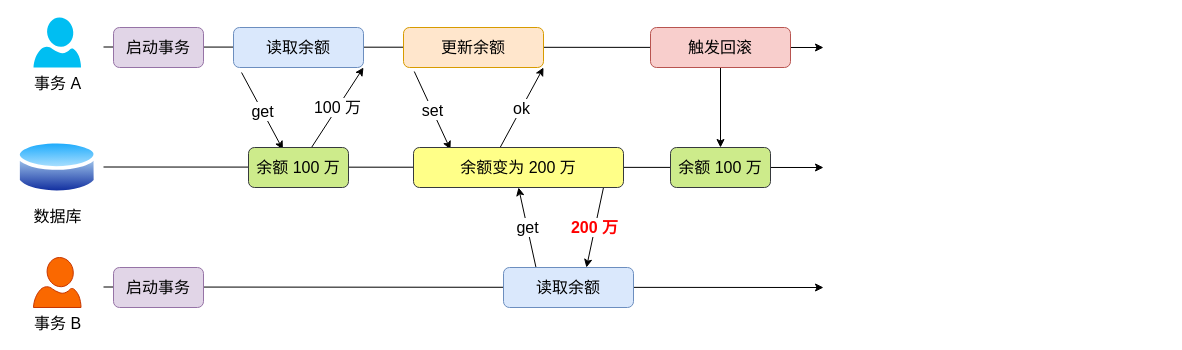
Above: mysql/事务隔离/幻读.drawio in xiaolincoder/ImageHost4 (draw.io), before the change. Source tidied: cells renumbered, new cells numbered last; positions are measured from the earlier drawing's top-left corner, leaving out a move shared by most shapes. Both pictures are drawn from the tidied source at 100%, with x=0, y=0 at pixel (16, 17).
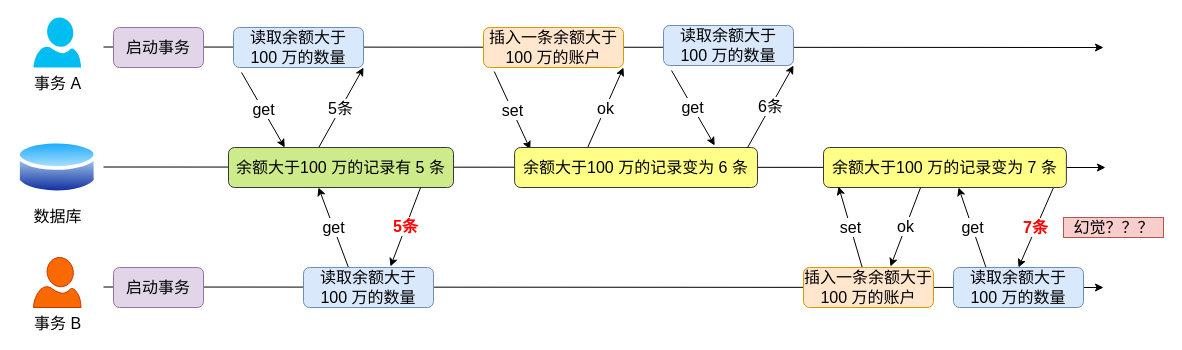
After the change.

What changed in the source:
```diff
@@
     <mxCell id="2" style="endArrow=classic;html=1;fontSize=16;" parent="1" edge="1">
       <mxGeometry relative="1" as="geometry">
         <mxPoint x="87" y="29.5" as="sourcePoint" />
-        <mxPoint x="807" y="30" as="targetPoint" />
+        <mxPoint x="1087" y="30" as="targetPoint" />
       </mxGeometry>
     </mxCell>
     <mxCell id="3" style="endArrow=classic;html=1;fontSize=16;" parent="1" edge="1">
       <mxGeometry relative="1" as="geometry">
         <mxPoint x="87" y="149.5" as="sourcePoint" />
-        <mxPoint x="807" y="150" as="targetPoint" />
+        <mxPoint x="1089" y="150" as="targetPoint" />
       </mxGeometry>
     </mxCell>
     <mxCell id="4" style="endArrow=classic;html=1;fontSize=16;" parent="1" edge="1">
       <mxGeometry relative="1" as="geometry">
         <mxPoint x="87" y="269.5" as="sourcePoint" />
-        <mxPoint x="807" y="270" as="targetPoint" />
+        <mxPoint x="1087" y="270" as="targetPoint" />
       </mxGeometry>
     </mxCell>
@@
-    <mxCell id="9" value="get" style="rounded=0;jettySize=auto;html=1;entryX=0.344;entryY=0.05;entryDx=0;entryDy=0;fontSize=16;exitX=0.062;exitY=1.125;exitDx=0;exitDy=0;exitPerimeter=0;entryPerimeter=0;" parent="1" edge="1" source="10" target="12">
+    <mxCell id="9" value="get" style="rounded=0;jettySize=auto;html=1;entryX=0.25;entryY=0;entryDx=0;entryDy=0;fontSize=16;exitX=0.062;exitY=1.125;exitDx=0;exitDy=0;exitPerimeter=0;" parent="1" edge="1" source="10" target="12">
       <mxGeometry relative="1" as="geometry" />
     </mxCell>
-    <mxCell id="10" value="读取余额" style="rounded=1;whiteSpace=wrap;html=1;fontSize=16;fillColor=#dae8fc;strokeColor=#6c8ebf;" parent="1" vertex="1">
+    <mxCell id="10" value="读取余额大于 &lt;br&gt;100 万的数量" style="rounded=1;whiteSpace=wrap;html=1;fontSize=16;fillColor=#dae8fc;strokeColor=#6c8ebf;" parent="1" vertex="1">
       <mxGeometry x="217" y="10" width="130" height="40" as="geometry" />
     </mxCell>
-    <mxCell id="11" value="100 万" style="edgeStyle=none;rounded=0;jettySize=auto;html=1;entryX=1;entryY=1;entryDx=0;entryDy=0;fontSize=16;" parent="1" edge="1" source="12" target="10">
+    <mxCell id="11" value="5条" style="edgeStyle=none;rounded=0;jettySize=auto;html=1;entryX=1;entryY=1;entryDx=0;entryDy=0;fontSize=16;exitX=0.396;exitY=0.05;exitDx=0;exitDy=0;exitPerimeter=0;" parent="1" edge="1" source="12" target="10">
       <mxGeometry relative="1" as="geometry" />
     </mxCell>
-    <mxCell id="12" value="余额 100 万" style="rounded=1;whiteSpace=wrap;html=1;fontSize=16;fillColor=#cdeb8b;strokeColor=#36393d;" parent="1" vertex="1">
-      <mxGeometry x="232" y="130" width="100" height="40" as="geometry" />
+    <mxCell id="12" value="余额大于100 万的记录有 5 条" style="rounded=1;whiteSpace=wrap;html=1;fontSize=16;fillColor=#cdeb8b;strokeColor=#36393d;" parent="1" vertex="1">
+      <mxGeometry x="212" y="130" width="225" height="40" as="geometry" />
     </mxCell>
-    <mxCell id="13" value="set" style="edgeStyle=none;rounded=0;jettySize=auto;html=1;entryX=0.176;entryY=0.05;entryDx=0;entryDy=0;fontSize=16;exitX=0.077;exitY=1.1;exitDx=0;exitDy=0;exitPerimeter=0;entryPerimeter=0;" parent="1" edge="1" source="14" target="17">
-      <mxGeometry relative="1" as="geometry" />
+    <mxCell id="13" value="set" style="edgeStyle=none;rounded=0;jettySize=auto;html=1;entryX=0.176;entryY=0.05;entryDx=0;entryDy=0;fontSize=16;exitX=0.077;exitY=1.1;exitDx=0;exitDy=0;exitPerimeter=0;entryPerimeter=0;" parent="1" edge="1" source="14">
+      <mxGeometry relative="1" as="geometry">
+        <mxPoint x="513.8" y="132" as="targetPoint" />
+      </mxGeometry>
     </mxCell>
-    <mxCell id="14" value="更新余额" style="rounded=1;whiteSpace=wrap;html=1;fontSize=16;fillColor=#ffe6cc;strokeColor=#d79b00;" parent="1" vertex="1">
-      <mxGeometry x="387" y="10" width="140" height="40" as="geometry" />
+    <mxCell id="14" value="插入一条余额大于 100 万的账户" style="rounded=1;whiteSpace=wrap;html=1;fontSize=16;fillColor=#ffe6cc;strokeColor=#d79b00;" parent="1" vertex="1">
+      <mxGeometry x="467" y="10" width="140" height="40" as="geometry" />
     </mxCell>
-    <mxCell id="15" value="ok" style="edgeStyle=none;rounded=0;jettySize=auto;html=1;entryX=1;entryY=1;entryDx=0;entryDy=0;fontSize=16;exitX=0.41;exitY=0.025;exitDx=0;exitDy=0;exitPerimeter=0;" parent="1" edge="1" source="17" target="14">
-      <mxGeometry relative="1" as="geometry" />
+    <mxCell id="15" value="ok" style="edgeStyle=none;rounded=0;jettySize=auto;html=1;entryX=1;entryY=1;entryDx=0;entryDy=0;fontSize=16;exitX=0.41;exitY=0.025;exitDx=0;exitDy=0;exitPerimeter=0;" parent="1" edge="1" target="14">
+      <mxGeometry relative="1" as="geometry">
+        <mxPoint x="570.7" y="131" as="sourcePoint" />
+      </mxGeometry>
     </mxCell>
-    <mxCell id="16" value="&lt;font color=&quot;#ff0000&quot;&gt;&lt;b&gt;200 万&lt;/b&gt;&lt;/font&gt;" style="edgeStyle=none;rounded=0;jettySize=auto;html=1;entryX=0.638;entryY=0;entryDx=0;entryDy=0;fontSize=16;entryPerimeter=0;" parent="1" edge="1" target="20">
-      <mxGeometry relative="1" as="geometry">
-        <mxPoint x="587" y="170" as="sourcePoint" />
-      </mxGeometry>
-    </mxCell>
-    <mxCell id="17" value="余额变为 200 万" style="rounded=1;whiteSpace=wrap;html=1;fontSize=16;fillColor=#ffff88;strokeColor=#36393d;" parent="1" vertex="1">
-      <mxGeometry x="397" y="130" width="210" height="40" as="geometry" />
+    <mxCell id="17" value="余额大于100 万的记录变为 6 条" style="rounded=1;whiteSpace=wrap;html=1;fontSize=16;fillColor=#ffff88;strokeColor=#36393d;" parent="1" vertex="1">
+      <mxGeometry x="498.1" y="130" width="242.9" height="40" as="geometry" />
     </mxCell>
@@
-    <mxCell id="19" value="get" style="edgeStyle=none;rounded=0;jettySize=auto;html=1;entryX=0.5;entryY=1;entryDx=0;entryDy=0;fontSize=16;exitX=0.25;exitY=0;exitDx=0;exitDy=0;" parent="1" edge="1" source="20" target="17">
-      <mxGeometry relative="1" as="geometry" />
-    </mxCell>
-    <mxCell id="20" value="读取余额" style="rounded=1;whiteSpace=wrap;html=1;fontSize=16;fillColor=#dae8fc;strokeColor=#6c8ebf;" parent="1" vertex="1">
-      <mxGeometry x="487" y="250" width="130" height="40" as="geometry" />
-    </mxCell>
-    <mxCell id="21" value="余额 100 万" style="rounded=1;whiteSpace=wrap;html=1;fontSize=16;fillColor=#cdeb8b;strokeColor=#36393d;" parent="1" vertex="1">
-      <mxGeometry x="654" y="130" width="100" height="40" as="geometry" />
-    </mxCell>
-    <mxCell id="22" style="edgeStyle=none;rounded=0;jettySize=auto;html=1;fontSize=16;" parent="1" edge="1" source="23" target="21">
-      <mxGeometry relative="1" as="geometry" />
-    </mxCell>
-    <mxCell id="23" value="触发回滚" style="rounded=1;whiteSpace=wrap;html=1;fontSize=16;fillColor=#f8cecc;strokeColor=#b85450;" parent="1" vertex="1">
-      <mxGeometry x="634" y="10" width="140" height="40" as="geometry" />
-    </mxCell>
+    <mxCell id="24" value="5条" style="edgeStyle=none;rounded=0;jettySize=auto;html=1;entryX=0.669;entryY=-0.025;entryDx=0;entryDy=0;fontSize=16;entryPerimeter=0;fontColor=#FF0000;fontStyle=1;" parent="1" edge="1" target="26">
+      <mxGeometry relative="1" as="geometry">
+        <mxPoint x="404.1" y="170" as="sourcePoint" />
+      </mxGeometry>
+    </mxCell>
+    <mxCell id="25" value="get" style="edgeStyle=none;rounded=0;jettySize=auto;html=1;entryX=0.5;entryY=1;entryDx=0;entryDy=0;fontSize=16;exitX=0.346;exitY=0;exitDx=0;exitDy=0;exitPerimeter=0;" parent="1" edge="1" source="26">
+      <mxGeometry relative="1" as="geometry">
+        <mxPoint x="302" y="170" as="targetPoint" />
+      </mxGeometry>
+    </mxCell>
+    <mxCell id="26" value="读取余额大于&lt;br&gt;100 万的数量" style="rounded=1;whiteSpace=wrap;html=1;fontSize=16;fillColor=#dae8fc;strokeColor=#6c8ebf;" parent="1" vertex="1">
+      <mxGeometry x="287" y="250" width="130" height="40" as="geometry" />
+    </mxCell>
+    <mxCell id="27" value="7条" style="edgeStyle=none;rounded=0;jettySize=auto;html=1;entryX=0.5;entryY=0;entryDx=0;entryDy=0;fontSize=16;fontColor=#FF0000;fontStyle=1;" parent="1" edge="1" target="29">
+      <mxGeometry relative="1" as="geometry">
+        <mxPoint x="1037" y="170" as="sourcePoint" />
+      </mxGeometry>
+    </mxCell>
+    <mxCell id="28" value="get" style="edgeStyle=none;rounded=0;jettySize=auto;html=1;entryX=0.556;entryY=1;entryDx=0;entryDy=0;fontSize=16;entryPerimeter=0;exitX=0.25;exitY=0;exitDx=0;exitDy=0;" parent="1" edge="1" source="29" target="33">
+      <mxGeometry relative="1" as="geometry" />
+    </mxCell>
+    <mxCell id="29" value="读取余额大于&lt;br&gt;100 万的数量" style="rounded=1;whiteSpace=wrap;html=1;fontSize=16;fillColor=#dae8fc;strokeColor=#6c8ebf;" parent="1" vertex="1">
+      <mxGeometry x="937" y="250" width="130" height="40" as="geometry" />
+    </mxCell>
+    <mxCell id="30" value="get" style="rounded=0;jettySize=auto;html=1;entryX=0.25;entryY=0;entryDx=0;entryDy=0;fontSize=16;exitX=0.062;exitY=1.125;exitDx=0;exitDy=0;exitPerimeter=0;" parent="1" edge="1" source="31">
+      <mxGeometry relative="1" as="geometry">
+        <mxPoint x="698.2" y="128" as="targetPoint" />
+      </mxGeometry>
+    </mxCell>
+    <mxCell id="31" value="读取余额大于 &lt;br&gt;100 万的数量" style="rounded=1;whiteSpace=wrap;html=1;fontSize=16;fillColor=#dae8fc;strokeColor=#6c8ebf;" parent="1" vertex="1">
+      <mxGeometry x="647" y="8" width="130" height="40" as="geometry" />
+    </mxCell>
+    <mxCell id="32" value="6条" style="edgeStyle=none;rounded=0;jettySize=auto;html=1;entryX=1;entryY=1;entryDx=0;entryDy=0;fontSize=16;exitX=0.396;exitY=0.05;exitDx=0;exitDy=0;exitPerimeter=0;" parent="1" edge="1" target="31">
+      <mxGeometry relative="1" as="geometry">
+        <mxPoint x="731.1" y="130" as="sourcePoint" />
+      </mxGeometry>
+    </mxCell>
+    <mxCell id="33" value="余额大于100 万的记录变为 7 条" style="rounded=1;whiteSpace=wrap;html=1;fontSize=16;fillColor=#ffff88;strokeColor=#36393d;" parent="1" vertex="1">
+      <mxGeometry x="807" y="130" width="242.9" height="40" as="geometry" />
+    </mxCell>
+    <mxCell id="34" value="ok" style="edgeStyle=none;rounded=0;jettySize=auto;html=1;entryX=0.669;entryY=-0.025;entryDx=0;entryDy=0;fontSize=16;entryPerimeter=0;" parent="1" edge="1" target="36">
+      <mxGeometry relative="1" as="geometry">
+        <mxPoint x="904.1" y="170" as="sourcePoint" />
+      </mxGeometry>
+    </mxCell>
+    <mxCell id="35" value="set" style="edgeStyle=none;rounded=0;jettySize=auto;html=1;fontSize=16;exitX=0.454;exitY=0.025;exitDx=0;exitDy=0;exitPerimeter=0;entryX=0.062;entryY=0.975;entryDx=0;entryDy=0;entryPerimeter=0;" parent="1" edge="1" source="36" target="33">
+      <mxGeometry relative="1" as="geometry" />
+    </mxCell>
+    <mxCell id="36" value="插入一条余额大于 100 万的账户" style="rounded=1;whiteSpace=wrap;html=1;fontSize=16;fillColor=#ffe6cc;strokeColor=#d79b00;" parent="1" vertex="1">
+      <mxGeometry x="787" y="250" width="130" height="40" as="geometry" />
+    </mxCell>
+    <mxCell id="37" value="幻觉？？？" style="text;html=1;align=center;verticalAlign=middle;strokeColor=#b85450;fontSize=16;fillColor=#f8cecc;" parent="1" vertex="1">
+      <mxGeometry x="1047" y="200" width="100" height="20" as="geometry" />
+    </mxCell>
```
